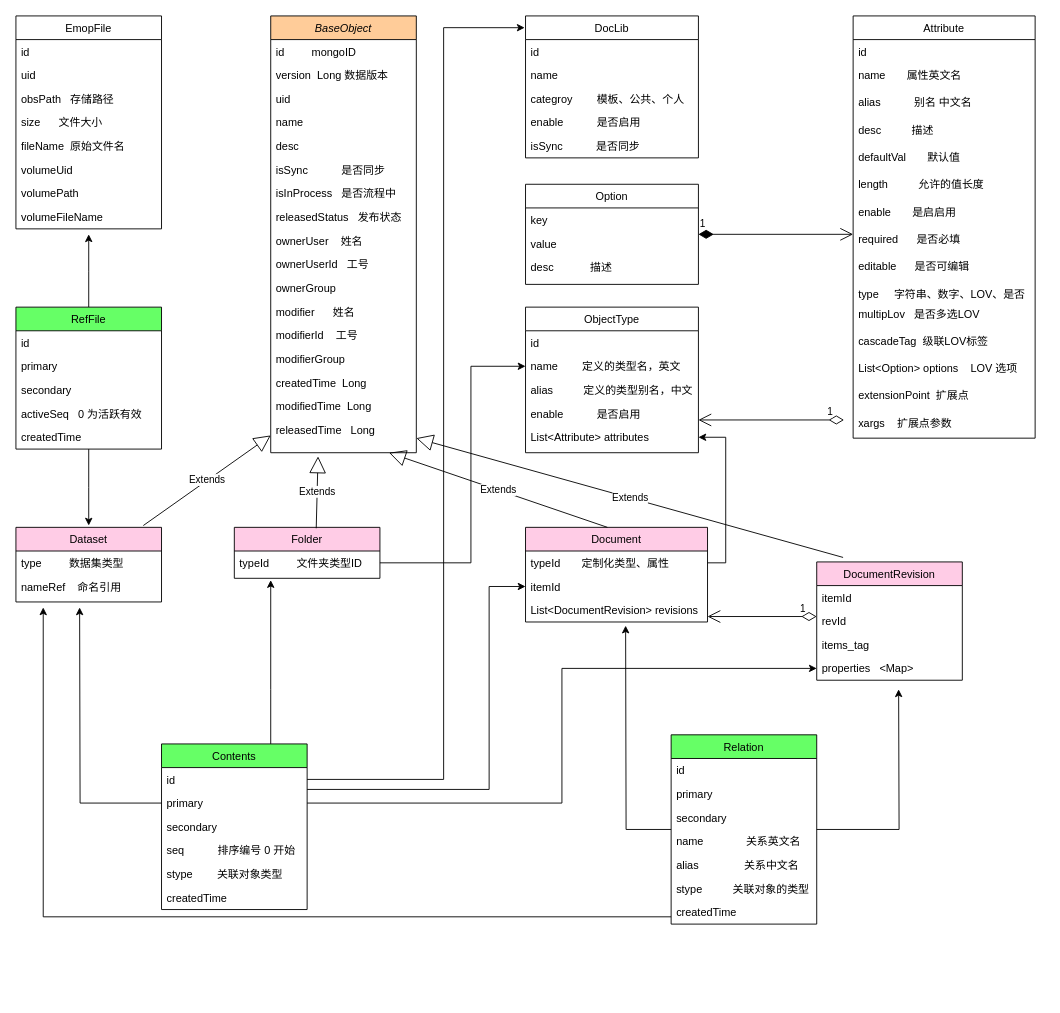
This is doc.drawio from lvmq/emop, a draw.io file, before an edit. Source tidied: cells renumbered, new cells numbered last; positions are measured from the earlier drawing's top-left corner, leaving out a move shared by most shapes. Both pictures are drawn from the tidied source at 91%, with x=0, y=0 at pixel (15, 15).
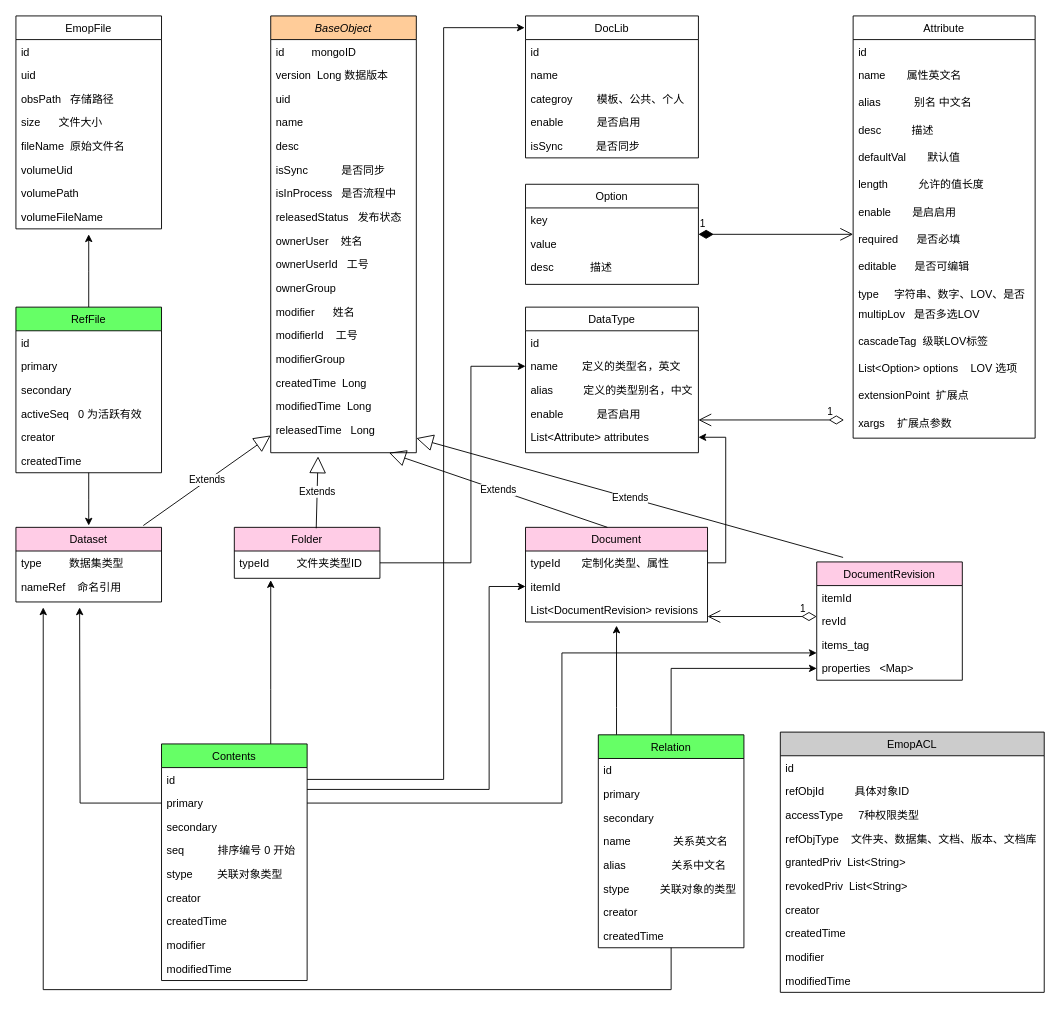
Above is the later version.

Commit message:
add emop acl

The change refers to these unchanged cells:
```xml
<mxCell id="32" value="items_tag      " style="text;align=left;verticalAlign=top;spacingLeft=4;spacingRight=4;overflow=hidden;points=[[0,0.5],[1,0.5]];portConstraint=eastwest;" parent="29" vertex="1">
  <mxGeometry y="78" width="160" height="26" as="geometry" />
</mxCell>
<mxCell id="33" value="properties   &lt;Map&gt;" style="text;align=left;verticalAlign=top;spacingLeft=4;spacingRight=4;overflow=hidden;points=[[0,0.5],[1,0.5]];portConstraint=eastwest;" parent="29" vertex="1">
  <mxGeometry y="104" width="160" height="26" as="geometry" />
</mxCell>
<mxCell id="54" value="primary" style="text;align=left;verticalAlign=top;spacingLeft=4;spacingRight=4;overflow=hidden;points=[[0,0.5],[1,0.5]];portConstraint=eastwest;" parent="52" vertex="1">
  <mxGeometry y="52" width="160" height="26" as="geometry" />
</mxCell>
```

Diff of the diagram source:
```diff
@@
     <mxCell id="45" value="RefFile" style="swimlane;fontStyle=0;align=center;verticalAlign=top;horizontal=1;startSize=26;rounded=0;shadow=0;strokeWidth=1;fillColor=#66FF66;" parent="1" vertex="1">
-      <mxGeometry y="320" width="160" height="156" as="geometry" />
+      <mxGeometry y="320" width="160" height="182" as="geometry" />
     </mxCell>
@@
+    <mxCell id="115" value="creator" style="text;align=left;verticalAlign=top;spacingLeft=4;spacingRight=4;overflow=hidden;" parent="45" vertex="1">
+      <mxGeometry y="130" width="160" height="26" as="geometry" />
+    </mxCell>
     <mxCell id="50" value="createdTime" style="text;align=left;verticalAlign=top;spacingLeft=4;spacingRight=4;overflow=hidden;" parent="45" vertex="1">
-      <mxGeometry y="130" width="160" height="26" as="geometry" />
+      <mxGeometry y="156" width="160" height="26" as="geometry" />
     </mxCell>
@@
     <mxCell id="52" value="Contents" style="swimlane;fontStyle=0;align=center;verticalAlign=top;horizontal=1;startSize=26;rounded=0;shadow=0;strokeWidth=1;fillColor=#66FF66;" parent="1" vertex="1">
-      <mxGeometry x="160" y="800" width="160" height="182" as="geometry" />
+      <mxGeometry x="160" y="800" width="160" height="260" as="geometry" />
     </mxCell>
@@
+    <mxCell id="116" value="creator" style="text;align=left;verticalAlign=top;spacingLeft=4;spacingRight=4;overflow=hidden;" parent="52" vertex="1">
+      <mxGeometry y="156" width="160" height="26" as="geometry" />
+    </mxCell>
     <mxCell id="58" value="createdTime" style="text;align=left;verticalAlign=top;spacingLeft=4;spacingRight=4;overflow=hidden;" parent="52" vertex="1">
-      <mxGeometry y="156" width="160" height="26" as="geometry" />
+      <mxGeometry y="182" width="160" height="26" as="geometry" />
     </mxCell>
-    <mxCell id="59" style="edgeStyle=orthogonalEdgeStyle;rounded=0;jettySize=auto;html=1;" parent="1" edge="1" source="61">
-      <mxGeometry relative="1" as="geometry">
-        <mxPoint x="970" y="740" as="targetPoint" />
-      </mxGeometry>
-    </mxCell>
-    <mxCell id="60" style="edgeStyle=orthogonalEdgeStyle;rounded=0;jettySize=auto;html=1;" parent="1" edge="1" source="61">
-      <mxGeometry relative="1" as="geometry">
-        <mxPoint x="670" y="670" as="targetPoint" />
-      </mxGeometry>
-    </mxCell>
+    <mxCell id="117" value="modifier" style="text;align=left;verticalAlign=top;spacingLeft=4;spacingRight=4;overflow=hidden;" parent="52" vertex="1">
+      <mxGeometry y="208" width="160" height="26" as="geometry" />
+    </mxCell>
+    <mxCell id="118" value="modifiedTime" style="text;align=left;verticalAlign=top;spacingLeft=4;spacingRight=4;overflow=hidden;" parent="52" vertex="1">
+      <mxGeometry y="234" width="160" height="26" as="geometry" />
+    </mxCell>
+    <mxCell id="119" style="edgeStyle=orthogonalEdgeStyle;rounded=0;jettySize=auto;html=1;entryX=0;entryY=0.5;entryDx=0;entryDy=0;" parent="1" edge="1" source="61" target="33">
+      <mxGeometry relative="1" as="geometry" />
+    </mxCell>
+    <mxCell id="120" style="edgeStyle=orthogonalEdgeStyle;rounded=0;jettySize=auto;html=1;" parent="1" edge="1" source="61">
+      <mxGeometry relative="1" as="geometry">
+        <mxPoint x="660" y="670" as="targetPoint" />
+        <Array as="points">
+          <mxPoint x="660" y="760" />
+          <mxPoint x="660" y="760" />
+        </Array>
+      </mxGeometry>
+    </mxCell>
     <mxCell id="61" value="Relation" style="swimlane;fontStyle=0;align=center;verticalAlign=top;horizontal=1;startSize=26;rounded=0;shadow=0;strokeWidth=1;fillColor=#66FF66;" parent="1" vertex="1">
-      <mxGeometry x="720" y="790" width="160" height="208" as="geometry" />
+      <mxGeometry x="640" y="790" width="160" height="234" as="geometry" />
     </mxCell>
@@
+    <mxCell id="121" value="creator" style="text;align=left;verticalAlign=top;spacingLeft=4;spacingRight=4;overflow=hidden;" parent="61" vertex="1">
+      <mxGeometry y="182" width="160" height="26" as="geometry" />
+    </mxCell>
     <mxCell id="68" value="createdTime" style="text;align=left;verticalAlign=top;spacingLeft=4;spacingRight=4;overflow=hidden;points=[[0,0.5],[1,0.5]];portConstraint=eastwest;" parent="61" vertex="1">
-      <mxGeometry y="182" width="160" height="26" as="geometry" />
+      <mxGeometry y="208" width="160" height="26" as="geometry" />
     </mxCell>
-    <mxCell id="69" value="ObjectType" style="swimlane;fontStyle=0;align=center;verticalAlign=top;horizontal=1;startSize=26;rounded=0;shadow=0;strokeWidth=1;" parent="1" vertex="1">
+    <mxCell id="69" value="DataType" style="swimlane;fontStyle=0;align=center;verticalAlign=top;horizontal=1;startSize=26;rounded=0;shadow=0;strokeWidth=1;" parent="1" vertex="1">
       <mxGeometry x="560" y="320" width="190" height="160" as="geometry" />
     </mxCell>
@@
-    <mxCell id="105" style="edgeStyle=orthogonalEdgeStyle;rounded=0;jettySize=auto;html=1;entryX=0;entryY=0.5;entryDx=0;entryDy=0;" parent="1" edge="1" source="54" target="33">
+    <mxCell id="105" style="edgeStyle=orthogonalEdgeStyle;rounded=0;jettySize=auto;html=1;entryX=0;entryY=0.846;entryDx=0;entryDy=0;entryPerimeter=0;" parent="1" edge="1" source="54" target="32">
       <mxGeometry relative="1" as="geometry" />
     </mxCell>
@@
     <mxCell id="107" style="edgeStyle=orthogonalEdgeStyle;rounded=0;jettySize=auto;html=1;" parent="1" edge="1" source="68">
       <mxGeometry relative="1" as="geometry">
         <mxPoint x="30" y="650" as="targetPoint" />
         <Array as="points">
-          <mxPoint x="30" y="990" />
+          <mxPoint x="720" y="1070" />
+          <mxPoint x="30" y="1070" />
         </Array>
       </mxGeometry>
     </mxCell>
@@
+    <mxCell id="122" value="EmopACL" style="swimlane;fontStyle=0;align=center;verticalAlign=top;horizontal=1;startSize=26;rounded=0;shadow=0;strokeWidth=1;fillColor=#CCCCCC;" parent="1" vertex="1">
+      <mxGeometry x="840" y="787" width="290" height="286" as="geometry" />
+    </mxCell>
+    <mxCell id="123" value="id" style="text;align=left;verticalAlign=top;spacingLeft=4;spacingRight=4;overflow=hidden;" parent="122" vertex="1">
+      <mxGeometry y="26" width="290" height="26" as="geometry" />
+    </mxCell>
+    <mxCell id="124" value="refObjId          具体对象ID" style="text;align=left;verticalAlign=top;spacingLeft=4;spacingRight=4;overflow=hidden;" parent="122" vertex="1">
+      <mxGeometry y="52" width="290" height="26" as="geometry" />
+    </mxCell>
+    <mxCell id="125" value="accessType     7种权限类型" style="text;align=left;verticalAlign=top;spacingLeft=4;spacingRight=4;overflow=hidden;" parent="122" vertex="1">
+      <mxGeometry y="78" width="290" height="26" as="geometry" />
+    </mxCell>
+    <mxCell id="126" value="refObjType    文件夹、数据集、文档、版本、文档库" style="text;align=left;verticalAlign=top;spacingLeft=4;spacingRight=4;overflow=hidden;" parent="122" vertex="1">
+      <mxGeometry y="104" width="290" height="26" as="geometry" />
+    </mxCell>
+    <mxCell id="127" value="grantedPriv  List&lt;String&gt;" style="text;align=left;verticalAlign=top;spacingLeft=4;spacingRight=4;overflow=hidden;" parent="122" vertex="1">
+      <mxGeometry y="130" width="290" height="26" as="geometry" />
+    </mxCell>
+    <mxCell id="128" value="revokedPriv  List&lt;String&gt;" style="text;align=left;verticalAlign=top;spacingLeft=4;spacingRight=4;overflow=hidden;" parent="122" vertex="1">
+      <mxGeometry y="156" width="290" height="26" as="geometry" />
+    </mxCell>
+    <mxCell id="129" value="creator" style="text;align=left;verticalAlign=top;spacingLeft=4;spacingRight=4;overflow=hidden;" parent="122" vertex="1">
+      <mxGeometry y="182" width="290" height="26" as="geometry" />
+    </mxCell>
+    <mxCell id="130" value="createdTime" style="text;align=left;verticalAlign=top;spacingLeft=4;spacingRight=4;overflow=hidden;" parent="122" vertex="1">
+      <mxGeometry y="208" width="290" height="26" as="geometry" />
+    </mxCell>
+    <mxCell id="131" value="modifier" style="text;align=left;verticalAlign=top;spacingLeft=4;spacingRight=4;overflow=hidden;" parent="122" vertex="1">
+      <mxGeometry y="234" width="290" height="26" as="geometry" />
+    </mxCell>
+    <mxCell id="132" value="modifiedTime" style="text;align=left;verticalAlign=top;spacingLeft=4;spacingRight=4;overflow=hidden;" parent="122" vertex="1">
+      <mxGeometry y="260" width="290" height="26" as="geometry" />
+    </mxCell>
```
